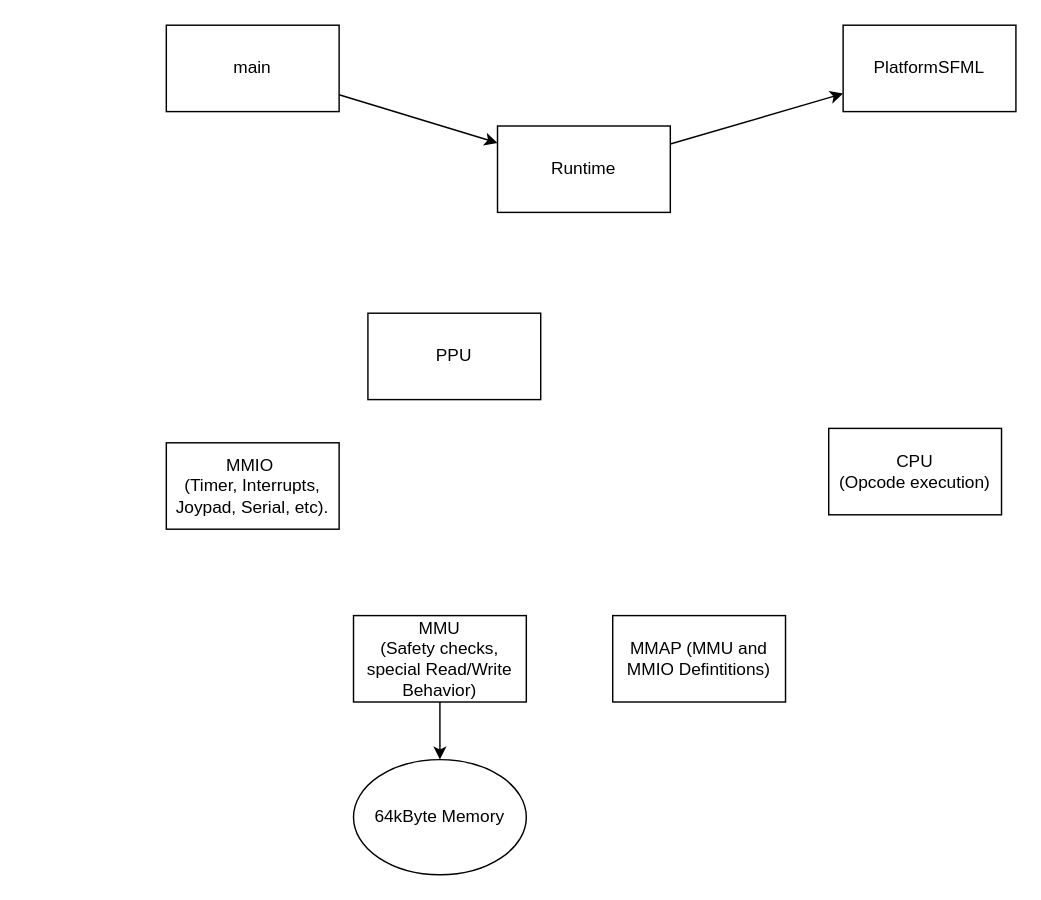
lifebu/zig-gb keeps this draw.io diagram as data/elem.drawio. Above is the earlier version. Source tidied: cells renumbered, new cells numbered last; positions are measured from the earlier drawing's top-left corner, leaving out a move shared by most shapes. Both pictures are drawn from the tidied source at 144%, with x=0, y=0 at pixel (166, 24).
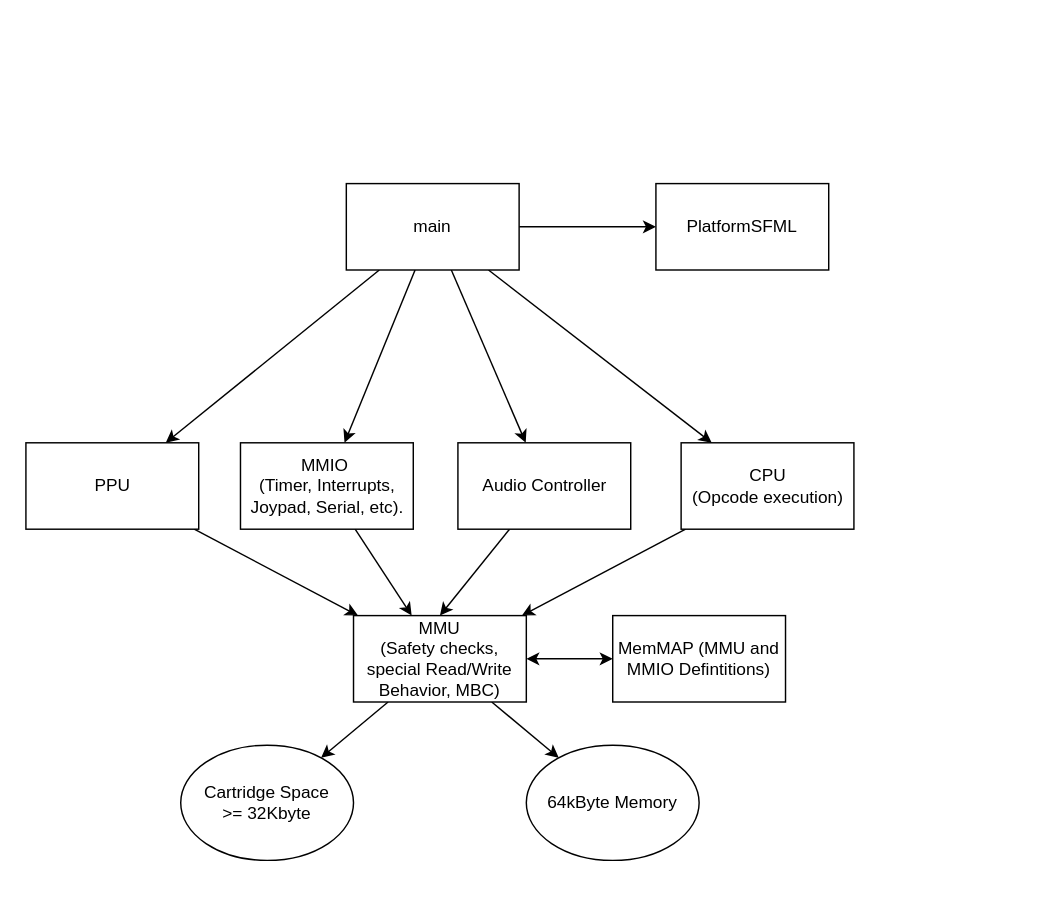
After the change.

Commit message (it also covers changes not shown here):
Renamed MMAP to MemMap. Added overview diagram. Added general definitions. Moved sfml code to it's own file.

Diff of the diagram source:
```diff
@@
+    <mxCell id="14" style="edgeStyle=none;html=1;" parent="1" edge="1" source="2" target="4">
+      <mxGeometry relative="1" as="geometry" />
+    </mxCell>
     <mxCell id="2" value="MMIO&amp;nbsp;&lt;br&gt;(Timer, Interrupts, Joypad, Serial, etc)." style="rounded=0;whiteSpace=wrap;html=1;" parent="1" vertex="1">
-      <mxGeometry y="290" width="120" height="60" as="geometry" />
+      <mxGeometry x="51.5" y="290" width="120" height="60" as="geometry" />
     </mxCell>
@@
+    <mxCell id="15" style="edgeStyle=none;html=1;" parent="1" edge="1" source="4" target="23">
+      <mxGeometry relative="1" as="geometry" />
+    </mxCell>
-    <mxCell id="4" value="MMU&lt;br&gt;(Safety checks, special Read/Write Behavior)" style="rounded=0;whiteSpace=wrap;html=1;" parent="1" vertex="1">
+    <mxCell id="4" value="MMU&lt;br&gt;(Safety checks, special Read/Write Behavior, MBC)" style="rounded=0;whiteSpace=wrap;html=1;" parent="1" vertex="1">
       <mxGeometry x="130" y="410" width="120" height="60" as="geometry" />
     </mxCell>
     <mxCell id="5" value="64kByte Memory" style="ellipse;whiteSpace=wrap;html=1;" parent="1" vertex="1">
-      <mxGeometry x="130" y="510" width="120" height="80" as="geometry" />
+      <mxGeometry x="250" y="500" width="120" height="80" as="geometry" />
     </mxCell>
+    <mxCell id="16" style="edgeStyle=none;html=1;startArrow=none;startFill=0;" parent="1" edge="1" source="6" target="4">
+      <mxGeometry relative="1" as="geometry" />
+    </mxCell>
     <mxCell id="6" value="PPU" style="rounded=0;whiteSpace=wrap;html=1;" parent="1" vertex="1">
-      <mxGeometry x="140" y="200" width="120" height="60" as="geometry" />
+      <mxGeometry x="-97.5" y="290" width="120" height="60" as="geometry" />
     </mxCell>
+    <mxCell id="17" style="edgeStyle=none;html=1;startArrow=none;startFill=0;" parent="1" edge="1" source="7" target="4">
+      <mxGeometry relative="1" as="geometry" />
+    </mxCell>
     <mxCell id="7" value="CPU &lt;br&gt;(Opcode execution)" style="rounded=0;whiteSpace=wrap;html=1;" parent="1" vertex="1">
-      <mxGeometry x="460" y="280" width="120" height="60" as="geometry" />
+      <mxGeometry x="357.5" y="290" width="120" height="60" as="geometry" />
     </mxCell>
+    <mxCell id="18" style="edgeStyle=none;html=1;entryX=1;entryY=0.5;entryDx=0;entryDy=0;startArrow=classic;startFill=1;" parent="1" edge="1" source="8" target="4">
+      <mxGeometry relative="1" as="geometry" />
+    </mxCell>
-    <mxCell id="8" value="MMAP (MMU and MMIO Defintitions)" style="rounded=0;whiteSpace=wrap;html=1;" parent="1" vertex="1">
+    <mxCell id="8" value="MemMAP (MMU and MMIO Defintitions)" style="rounded=0;whiteSpace=wrap;html=1;" parent="1" vertex="1">
       <mxGeometry x="310" y="410" width="120" height="60" as="geometry" />
     </mxCell>
     <mxCell id="9" value="PlatformSFML" style="rounded=0;whiteSpace=wrap;html=1;" parent="1" vertex="1">
-      <mxGeometry x="470" width="120" height="60" as="geometry" />
+      <mxGeometry x="340" y="110" width="120" height="60" as="geometry" />
     </mxCell>
-    <mxCell id="10" style="edgeStyle=none;html=1;" parent="1" edge="1" source="11" target="13">
-      <mxGeometry relative="1" as="geometry" />
-    </mxCell>
-    <mxCell id="11" value="main" style="rounded=0;whiteSpace=wrap;html=1;" parent="1" vertex="1">
-      <mxGeometry width="120" height="60" as="geometry" />
-    </mxCell>
@@
+    <mxCell id="19" style="edgeStyle=none;html=1;startArrow=none;startFill=0;" parent="1" edge="1" source="13" target="6">
+      <mxGeometry relative="1" as="geometry" />
+    </mxCell>
+    <mxCell id="20" style="edgeStyle=none;html=1;startArrow=none;startFill=0;" parent="1" edge="1" source="13" target="2">
+      <mxGeometry relative="1" as="geometry" />
+    </mxCell>
+    <mxCell id="21" style="edgeStyle=none;html=1;startArrow=none;startFill=0;" parent="1" edge="1" source="13" target="25">
+      <mxGeometry relative="1" as="geometry" />
+    </mxCell>
+    <mxCell id="22" style="edgeStyle=none;html=1;startArrow=none;startFill=0;" parent="1" edge="1" source="13" target="7">
+      <mxGeometry relative="1" as="geometry" />
+    </mxCell>
-    <mxCell id="13" value="Runtime" style="rounded=0;whiteSpace=wrap;html=1;" parent="1" vertex="1">
-      <mxGeometry x="230" y="70" width="120" height="60" as="geometry" />
+    <mxCell id="13" value="main&lt;br&gt;" style="rounded=0;whiteSpace=wrap;html=1;" parent="1" vertex="1">
+      <mxGeometry x="125" y="110" width="120" height="60" as="geometry" />
     </mxCell>
+    <mxCell id="23" value="Cartridge Space&lt;br&gt;&amp;gt;= 32Kbyte" style="ellipse;whiteSpace=wrap;html=1;" parent="1" vertex="1">
+      <mxGeometry x="10" y="500" width="120" height="80" as="geometry" />
+    </mxCell>
+    <mxCell id="24" style="edgeStyle=none;html=1;entryX=0.5;entryY=0;entryDx=0;entryDy=0;startArrow=none;startFill=0;" parent="1" edge="1" source="25" target="4">
+      <mxGeometry relative="1" as="geometry" />
+    </mxCell>
+    <mxCell id="25" value="Audio Controller" style="rounded=0;whiteSpace=wrap;html=1;" parent="1" vertex="1">
+      <mxGeometry x="202.5" y="290" width="120" height="60" as="geometry" />
+    </mxCell>
```
